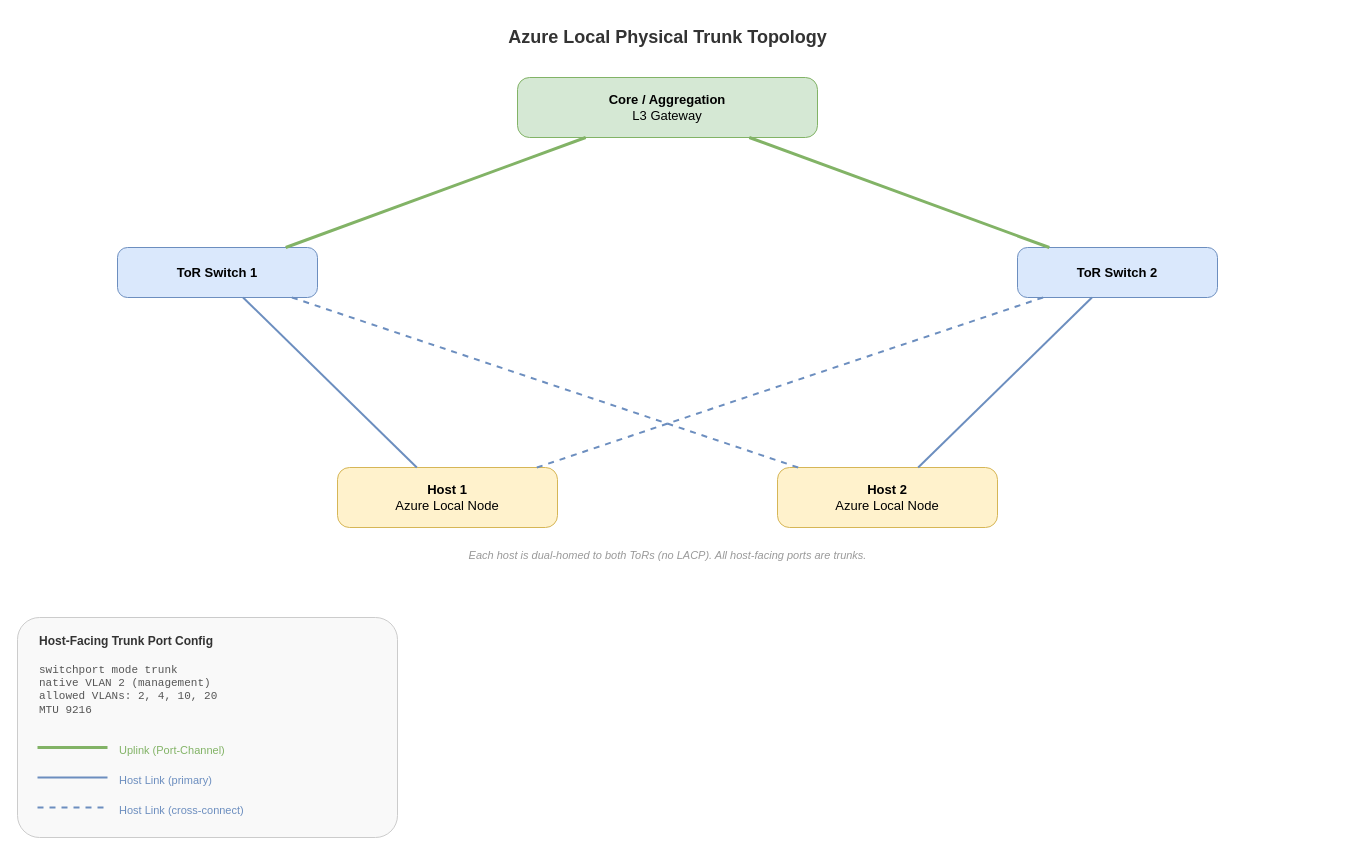
Earlier version of the draw.io diagram assets/img/azure-local-vm-vlan-tagging/01-physical-trunk-topology.drawio (ebmarquez/ebmarquez.github.io). Source tidied: cells renumbered, new cells numbered last; positions are measured from the earlier drawing's top-left corner, leaving out a move shared by most shapes. Both pictures are drawn from the tidied source at 100%, with x=0, y=0 at pixel (17, 17).
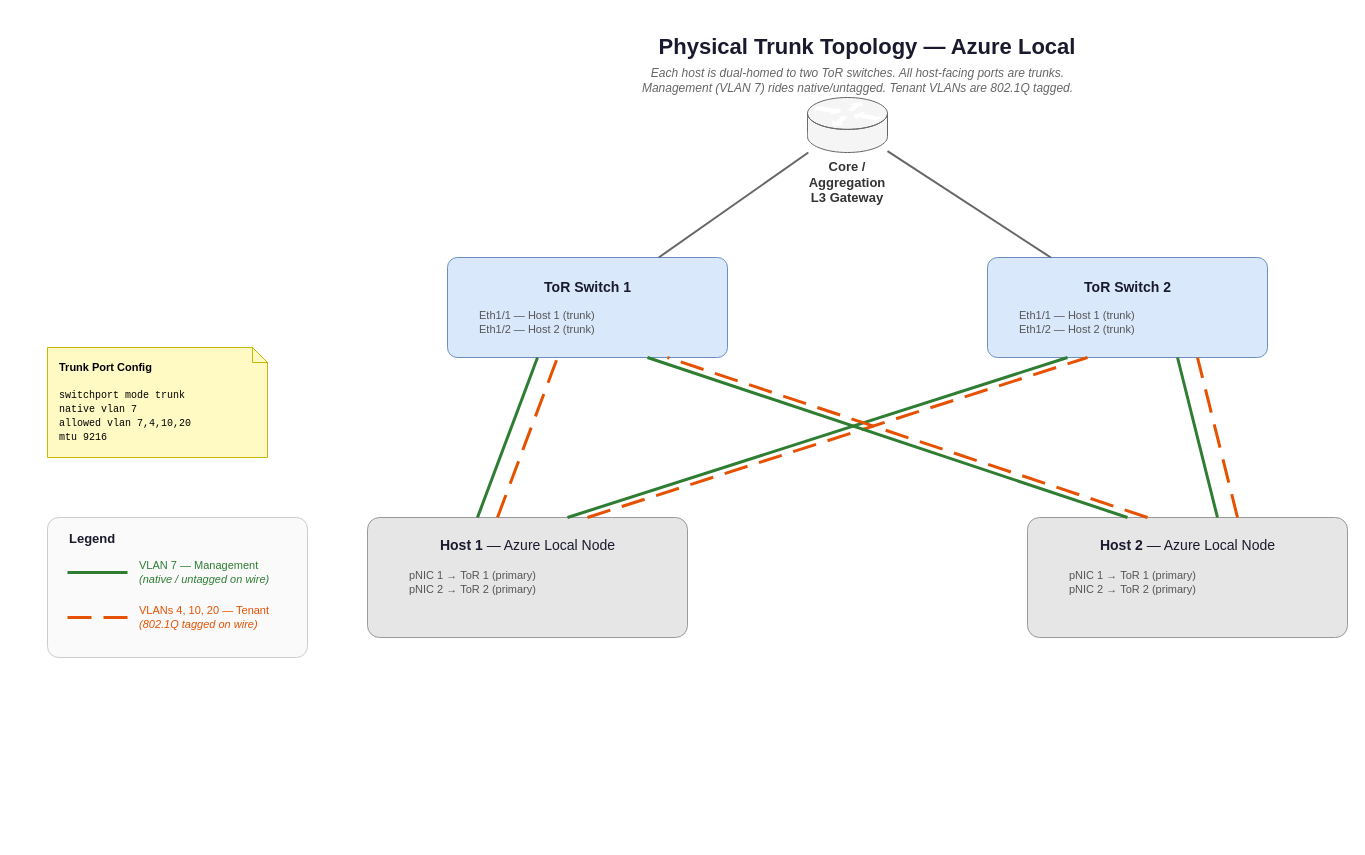
After the change.

Commit message (it also covers changes not shown here):
Update VLAN tagging guide: management VLAN 2→7, rebuild trunk topology diagram with tagged/untagged distinction

What changed in the source:
```diff
@@
-<mxGraphModel>
+<mxGraphModel background="#FFFFFF">
@@
-    <mxCell id="2" value="&lt;b&gt;Azure Local Physical Trunk Topology&lt;/b&gt;" style="text;html=1;align=center;verticalAlign=middle;fontSize=18;fontColor=#333333;" parent="1" vertex="1">
-      <mxGeometry x="400" width="500" height="40" as="geometry" />
+    <mxCell id="2" value="Physical Trunk Topology — Azure Local" style="text;html=1;fontSize=22;fontStyle=1;align=center;verticalAlign=middle;whiteSpace=wrap;fontColor=#1a1a2e;" parent="1" vertex="1">
+      <mxGeometry x="550" y="10" width="600" height="40" as="geometry" />
     </mxCell>
-    <mxCell id="3" value="&lt;b&gt;Core / Aggregation&lt;/b&gt;&lt;br&gt;L3 Gateway" style="rounded=1;whiteSpace=wrap;html=1;fillColor=#d5e8d4;strokeColor=#82b366;fontSize=13;arcSize=20;" parent="1" vertex="1">
-      <mxGeometry x="500" y="60" width="300" height="60" as="geometry" />
+    <mxCell id="3" value="&lt;b&gt;Core / Aggregation&lt;br&gt;L3 Gateway&lt;/b&gt;" style="shape=mxgraph.cisco.routers.router;html=1;whiteSpace=wrap;fillColor=#f5f5f5;strokeColor=#666666;fontColor=#333333;fontSize=13;verticalLabelPosition=bottom;verticalAlign=top;align=center;" parent="1" vertex="1">
+      <mxGeometry x="790" y="80" width="80" height="55" as="geometry" />
     </mxCell>
-    <mxCell id="4" value="&lt;b&gt;ToR Switch 1&lt;/b&gt;" style="rounded=1;whiteSpace=wrap;html=1;fillColor=#dae8fc;strokeColor=#6c8ebf;fontSize=13;arcSize=20;" parent="1" vertex="1">
-      <mxGeometry x="100" y="230" width="200" height="50" as="geometry" />
+    <mxCell id="4" style="rounded=1;whiteSpace=wrap;html=1;fillColor=#dae8fc;strokeColor=#6c8ebf;arcSize=10;" parent="1" vertex="1">
+      <mxGeometry x="430" y="240" width="280" height="100" as="geometry" />
     </mxCell>
+    <mxCell id="24" value="&lt;b&gt;ToR Switch 1&lt;/b&gt;" style="text;html=1;fontSize=14;align=center;verticalAlign=middle;fontColor=#1a1a2e;" parent="1" vertex="1">
+      <mxGeometry x="480" y="255" width="180" height="30" as="geometry" />
+    </mxCell>
+    <mxCell id="25" value="Eth1/1 — Host 1 (trunk)&lt;br&gt;Eth1/2 — Host 2 (trunk)" style="text;html=1;fontSize=11;align=left;verticalAlign=middle;fontColor=#555555;" parent="1" vertex="1">
+      <mxGeometry x="460" y="285" width="220" height="40" as="geometry" />
+    </mxCell>
-    <mxCell id="5" value="&lt;b&gt;ToR Switch 2&lt;/b&gt;" style="rounded=1;whiteSpace=wrap;html=1;fillColor=#dae8fc;strokeColor=#6c8ebf;fontSize=13;arcSize=20;" parent="1" vertex="1">
-      <mxGeometry x="1000" y="230" width="200" height="50" as="geometry" />
+    <mxCell id="5" style="rounded=1;whiteSpace=wrap;html=1;fillColor=#dae8fc;strokeColor=#6c8ebf;arcSize=10;" parent="1" vertex="1">
+      <mxGeometry x="970" y="240" width="280" height="100" as="geometry" />
     </mxCell>
-    <mxCell id="6" value="&lt;b&gt;Host 1&lt;/b&gt;&lt;br&gt;Azure Local Node" style="rounded=1;whiteSpace=wrap;html=1;fillColor=#fff2cc;strokeColor=#d6b656;fontSize=13;arcSize=20;" parent="1" vertex="1">
-      <mxGeometry x="320" y="450" width="220" height="60" as="geometry" />
-    </mxCell>
-    <mxCell id="7" value="&lt;b&gt;Host 2&lt;/b&gt;&lt;br&gt;Azure Local Node" style="rounded=1;whiteSpace=wrap;html=1;fillColor=#fff2cc;strokeColor=#d6b656;fontSize=13;arcSize=20;" parent="1" vertex="1">
-      <mxGeometry x="760" y="450" width="220" height="60" as="geometry" />
-    </mxCell>
+    <mxCell id="26" value="&lt;b&gt;ToR Switch 2&lt;/b&gt;" style="text;html=1;fontSize=14;align=center;verticalAlign=middle;fontColor=#1a1a2e;" parent="1" vertex="1">
+      <mxGeometry x="1020" y="255" width="180" height="30" as="geometry" />
+    </mxCell>
+    <mxCell id="27" value="Eth1/1 — Host 1 (trunk)&lt;br&gt;Eth1/2 — Host 2 (trunk)" style="text;html=1;fontSize=11;align=left;verticalAlign=middle;fontColor=#555555;" parent="1" vertex="1">
+      <mxGeometry x="1000" y="285" width="220" height="40" as="geometry" />
+    </mxCell>
-    <mxCell id="8" style="rounded=0;strokeColor=#82b366;strokeWidth=3;endArrow=none;" parent="1" edge="1" source="3" target="4">
+    <mxCell id="8" style="endArrow=none;strokeColor=#666666;strokeWidth=2;" parent="1" edge="1" source="3" target="4">
       <mxGeometry relative="1" as="geometry" />
     </mxCell>
-    <mxCell id="9" style="rounded=0;strokeColor=#82b366;strokeWidth=3;endArrow=none;" parent="1" edge="1" source="3" target="5">
+    <mxCell id="9" style="endArrow=none;strokeColor=#666666;strokeWidth=2;" parent="1" edge="1" source="3" target="5">
       <mxGeometry relative="1" as="geometry" />
     </mxCell>
-    <mxCell id="10" style="rounded=0;strokeColor=#6c8ebf;strokeWidth=2;endArrow=none;" parent="1" edge="1" source="4" target="6">
-      <mxGeometry relative="1" as="geometry" />
-    </mxCell>
-    <mxCell id="11" style="rounded=0;strokeColor=#6c8ebf;strokeWidth=2;endArrow=none;" parent="1" edge="1" source="5" target="7">
-      <mxGeometry relative="1" as="geometry" />
-    </mxCell>
-    <mxCell id="12" style="rounded=0;strokeColor=#6c8ebf;strokeWidth=2;dashed=1;endArrow=none;" parent="1" edge="1" source="5" target="6">
-      <mxGeometry relative="1" as="geometry" />
-    </mxCell>
-    <mxCell id="13" style="rounded=0;strokeColor=#6c8ebf;strokeWidth=2;dashed=1;endArrow=none;" parent="1" edge="1" source="4" target="7">
-      <mxGeometry relative="1" as="geometry" />
-    </mxCell>
-    <mxCell id="14" value="&lt;i&gt;Each host is dual-homed to both ToRs (no LACP). All host-facing ports are trunks.&lt;/i&gt;" style="text;html=1;align=center;fontSize=11;fontColor=#999999;" parent="1" vertex="1">
-      <mxGeometry x="320" y="525" width="660" height="25" as="geometry" />
-    </mxCell>
-    <mxCell id="15" style="rounded=1;whiteSpace=wrap;fillColor=#f9f9f9;strokeColor=#cccccc;arcSize=10;" parent="1" vertex="1">
-      <mxGeometry y="600" width="380" height="220" as="geometry" />
-    </mxCell>
-    <mxCell id="16" value="&lt;b&gt;Host-Facing Trunk Port Config&lt;/b&gt;" style="text;html=1;align=left;fontSize=12;fontColor=#333333;" parent="1" vertex="1">
-      <mxGeometry x="20" y="610" width="300" height="25" as="geometry" />
-    </mxCell>
-    <mxCell id="17" value="switchport mode trunk&lt;br&gt;native VLAN 2 (management)&lt;br&gt;allowed VLANs: 2, 4, 10, 20&lt;br&gt;MTU 9216" style="text;html=1;align=left;fontSize=11;fontColor=#555555;fontFamily=Consolas;" parent="1" vertex="1">
-      <mxGeometry x="20" y="640" width="340" height="70" as="geometry" />
-    </mxCell>
-    <mxCell id="18" style="endArrow=none;strokeColor=#82b366;strokeWidth=3;" parent="1" edge="1">
-      <mxGeometry relative="1" as="geometry">
-        <mxPoint x="20" y="730" as="sourcePoint" />
-        <mxPoint x="90" y="730" as="targetPoint" />
-      </mxGeometry>
-    </mxCell>
-    <mxCell id="19" value="Uplink (Port-Channel)" style="text;html=1;align=left;fontSize=11;fontColor=#82b366;" parent="1" vertex="1">
-      <mxGeometry x="100" y="720" width="200" height="20" as="geometry" />
-    </mxCell>
-    <mxCell id="20" style="endArrow=none;strokeColor=#6c8ebf;strokeWidth=2;" parent="1" edge="1">
-      <mxGeometry relative="1" as="geometry">
-        <mxPoint x="20" y="760" as="sourcePoint" />
-        <mxPoint x="90" y="760" as="targetPoint" />
-      </mxGeometry>
-    </mxCell>
-    <mxCell id="21" value="Host Link (primary)" style="text;html=1;align=left;fontSize=11;fontColor=#6c8ebf;" parent="1" vertex="1">
-      <mxGeometry x="100" y="750" width="200" height="20" as="geometry" />
-    </mxCell>
-    <mxCell id="22" style="endArrow=none;strokeColor=#6c8ebf;strokeWidth=2;dashed=1;" parent="1" edge="1">
-      <mxGeometry relative="1" as="geometry">
-        <mxPoint x="20" y="790" as="sourcePoint" />
-        <mxPoint x="90" y="790" as="targetPoint" />
-      </mxGeometry>
-    </mxCell>
-    <mxCell id="23" value="Host Link (cross-connect)" style="text;html=1;align=left;fontSize=11;fontColor=#6c8ebf;" parent="1" vertex="1">
-      <mxGeometry x="100" y="780" width="250" height="20" as="geometry" />
-    </mxCell>
+    <mxCell id="6" style="rounded=1;whiteSpace=wrap;html=1;fillColor=#e6e6e6;strokeColor=#999999;arcSize=10;" parent="1" vertex="1">
+      <mxGeometry x="350" y="500" width="320" height="120" as="geometry" />
+    </mxCell>
+    <mxCell id="28" value="&lt;b&gt;Host 1&lt;/b&gt; — Azure Local Node" style="text;html=1;fontSize=14;align=center;verticalAlign=middle;fontColor=#1a1a2e;" parent="1" vertex="1">
+      <mxGeometry x="380" y="515" width="260" height="25" as="geometry" />
+    </mxCell>
+    <mxCell id="29" value="pNIC 1 → ToR 1 (primary)&lt;br&gt;pNIC 2 → ToR 2 (primary)" style="text;html=1;fontSize=11;align=left;verticalAlign=middle;fontColor=#555555;" parent="1" vertex="1">
+      <mxGeometry x="390" y="545" width="240" height="40" as="geometry" />
+    </mxCell>
+    <mxCell id="7" style="rounded=1;whiteSpace=wrap;html=1;fillColor=#e6e6e6;strokeColor=#999999;arcSize=10;" parent="1" vertex="1">
+      <mxGeometry x="1010" y="500" width="320" height="120" as="geometry" />
+    </mxCell>
+    <mxCell id="30" value="&lt;b&gt;Host 2&lt;/b&gt; — Azure Local Node" style="text;html=1;fontSize=14;align=center;verticalAlign=middle;fontColor=#1a1a2e;" parent="1" vertex="1">
+      <mxGeometry x="1040" y="515" width="260" height="25" as="geometry" />
+    </mxCell>
+    <mxCell id="31" value="pNIC 1 → ToR 1 (primary)&lt;br&gt;pNIC 2 → ToR 2 (primary)" style="text;html=1;fontSize=11;align=left;verticalAlign=middle;fontColor=#555555;" parent="1" vertex="1">
+      <mxGeometry x="1050" y="545" width="240" height="40" as="geometry" />
+    </mxCell>
+    <mxCell id="32" style="endArrow=none;strokeColor=#2E7D32;strokeWidth=3;dashed=0;" parent="1" edge="1">
+      <mxGeometry relative="1" as="geometry">
+        <mxPoint x="460" y="500" as="sourcePoint" />
+        <mxPoint x="520" y="340" as="targetPoint" />
+      </mxGeometry>
+    </mxCell>
+    <mxCell id="33" style="endArrow=none;strokeColor=#E65100;strokeWidth=3;dashed=1;dashPattern=8 4;" parent="1" edge="1">
+      <mxGeometry relative="1" as="geometry">
+        <mxPoint x="480" y="500" as="sourcePoint" />
+        <mxPoint x="540" y="340" as="targetPoint" />
+      </mxGeometry>
+    </mxCell>
+    <mxCell id="34" style="endArrow=none;strokeColor=#2E7D32;strokeWidth=3;dashed=0;" parent="1" edge="1">
+      <mxGeometry relative="1" as="geometry">
+        <mxPoint x="550" y="500" as="sourcePoint" />
+        <mxPoint x="1050" y="340" as="targetPoint" />
+      </mxGeometry>
+    </mxCell>
+    <mxCell id="35" style="endArrow=none;strokeColor=#E65100;strokeWidth=3;dashed=1;dashPattern=8 4;" parent="1" edge="1">
+      <mxGeometry relative="1" as="geometry">
+        <mxPoint x="570" y="500" as="sourcePoint" />
+        <mxPoint x="1070" y="340" as="targetPoint" />
+      </mxGeometry>
+    </mxCell>
+    <mxCell id="36" style="endArrow=none;strokeColor=#2E7D32;strokeWidth=3;dashed=0;" parent="1" edge="1">
+      <mxGeometry relative="1" as="geometry">
+        <mxPoint x="1200" y="500" as="sourcePoint" />
+        <mxPoint x="1160" y="340" as="targetPoint" />
+      </mxGeometry>
+    </mxCell>
+    <mxCell id="37" style="endArrow=none;strokeColor=#E65100;strokeWidth=3;dashed=1;dashPattern=8 4;" parent="1" edge="1">
+      <mxGeometry relative="1" as="geometry">
+        <mxPoint x="1220" y="500" as="sourcePoint" />
+        <mxPoint x="1180" y="340" as="targetPoint" />
+      </mxGeometry>
+    </mxCell>
+    <mxCell id="38" style="endArrow=none;strokeColor=#2E7D32;strokeWidth=3;dashed=0;" parent="1" edge="1">
+      <mxGeometry relative="1" as="geometry">
+        <mxPoint x="1110" y="500" as="sourcePoint" />
+        <mxPoint x="630" y="340" as="targetPoint" />
+      </mxGeometry>
+    </mxCell>
+    <mxCell id="39" style="endArrow=none;strokeColor=#E65100;strokeWidth=3;dashed=1;dashPattern=8 4;" parent="1" edge="1">
+      <mxGeometry relative="1" as="geometry">
+        <mxPoint x="1130" y="500" as="sourcePoint" />
+        <mxPoint x="650" y="340" as="targetPoint" />
+      </mxGeometry>
+    </mxCell>
+    <mxCell id="40" value="&lt;b&gt;Trunk Port Config&lt;/b&gt;&lt;br&gt;&lt;br&gt;&lt;font face=&quot;monospace&quot; size=&quot;1&quot;&gt;switchport mode trunk&lt;br&gt;native vlan 7&lt;br&gt;allowed vlan 7,4,10,20&lt;br&gt;mtu 9216&lt;/font&gt;" style="shape=note;whiteSpace=wrap;html=1;backgroundOutline=1;size=15;fillColor=#FFF9C4;strokeColor=#C8B900;fontSize=11;align=left;spacingLeft=10;verticalAlign=middle;" parent="1" vertex="1">
+      <mxGeometry x="30" y="330" width="220" height="110" as="geometry" />
+    </mxCell>
+    <mxCell id="41" style="rounded=1;whiteSpace=wrap;html=1;fillColor=#FAFAFA;strokeColor=#CCCCCC;arcSize=8;" parent="1" vertex="1">
+      <mxGeometry x="30" y="500" width="260" height="140" as="geometry" />
+    </mxCell>
+    <mxCell id="42" value="&lt;b&gt;Legend&lt;/b&gt;" style="text;html=1;fontSize=13;align=left;verticalAlign=middle;fontColor=#1a1a2e;" parent="1" vertex="1">
+      <mxGeometry x="50" y="508" width="100" height="25" as="geometry" />
+    </mxCell>
+    <mxCell id="43" style="endArrow=none;strokeColor=#2E7D32;strokeWidth=3;" parent="1" edge="1">
+      <mxGeometry relative="1" as="geometry">
+        <mxPoint x="50" y="555" as="sourcePoint" />
+        <mxPoint x="110" y="555" as="targetPoint" />
+      </mxGeometry>
+    </mxCell>
+    <mxCell id="44" value="VLAN 7 — Management&lt;br&gt;&lt;i&gt;(native / untagged on wire)&lt;/i&gt;" style="text;html=1;fontSize=11;align=left;verticalAlign=middle;fontColor=#2E7D32;" parent="1" vertex="1">
+      <mxGeometry x="120" y="540" width="200" height="30" as="geometry" />
+    </mxCell>
+    <mxCell id="45" style="endArrow=none;strokeColor=#E65100;strokeWidth=3;dashed=1;dashPattern=8 4;" parent="1" edge="1">
+      <mxGeometry relative="1" as="geometry">
+        <mxPoint x="50" y="600" as="sourcePoint" />
+        <mxPoint x="110" y="600" as="targetPoint" />
+      </mxGeometry>
+    </mxCell>
+    <mxCell id="46" value="VLANs 4, 10, 20 — Tenant&lt;br&gt;&lt;i&gt;(802.1Q tagged on wire)&lt;/i&gt;" style="text;html=1;fontSize=11;align=left;verticalAlign=middle;fontColor=#E65100;" parent="1" vertex="1">
+      <mxGeometry x="120" y="585" width="200" height="30" as="geometry" />
+    </mxCell>
+    <mxCell id="47" value="&lt;i&gt;Each host is dual-homed to two ToR switches. All host-facing ports are trunks.&lt;br&gt;Management (VLAN 7) rides native/untagged. Tenant VLANs are 802.1Q tagged.&lt;/i&gt;" style="text;html=1;fontSize=12;align=center;verticalAlign=middle;fontColor=#666666;" parent="1" vertex="1">
+      <mxGeometry x="450" y="45" width="780" height="35" as="geometry" />
+    </mxCell>
```
